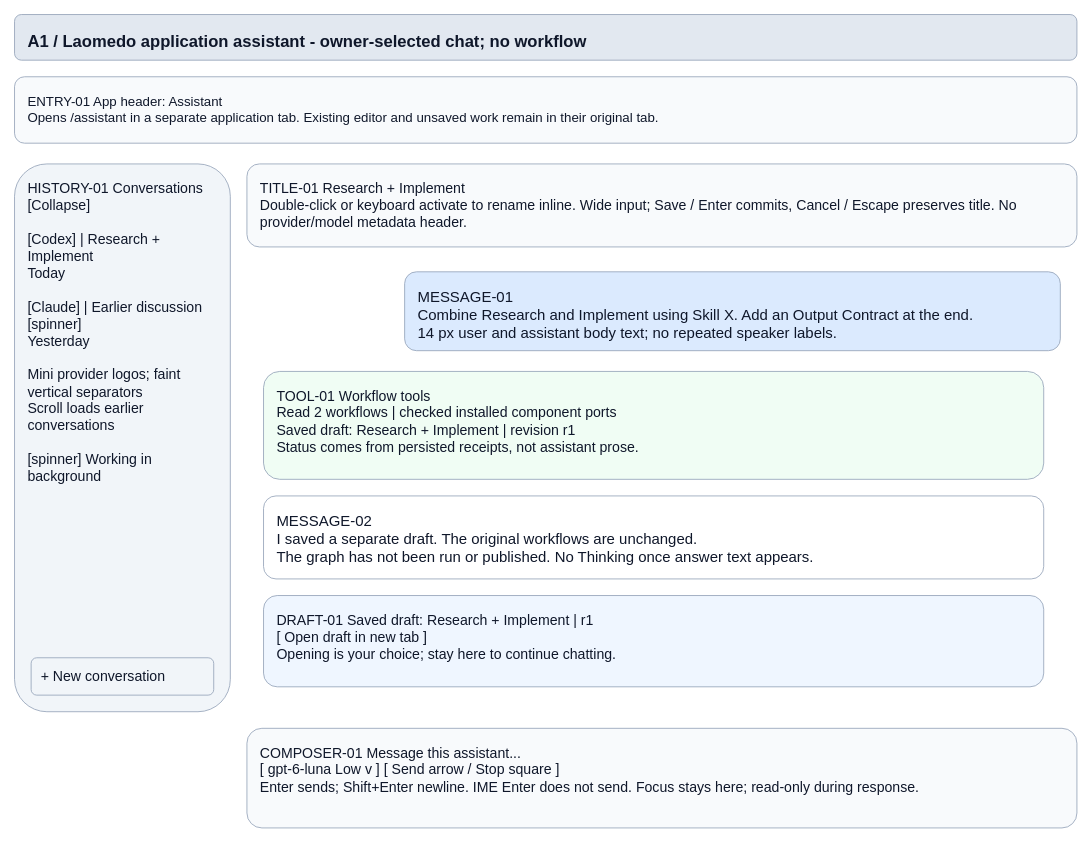
This is page "A1 - Owner-selected persistent chat" (1 of 8) of projects/laomedo/subsystems/agent-execution/design/application-assistant.drawio from amadou-6e/specs, a draw.io file, before an edit. Source tidied: cells renumbered, new cells numbered last; positions are measured from the earlier drawing's top-left corner, leaving out a move shared by most shapes. Both pictures are drawn from the tidied source at 83%, with x=0, y=0 at pixel (14, 14).
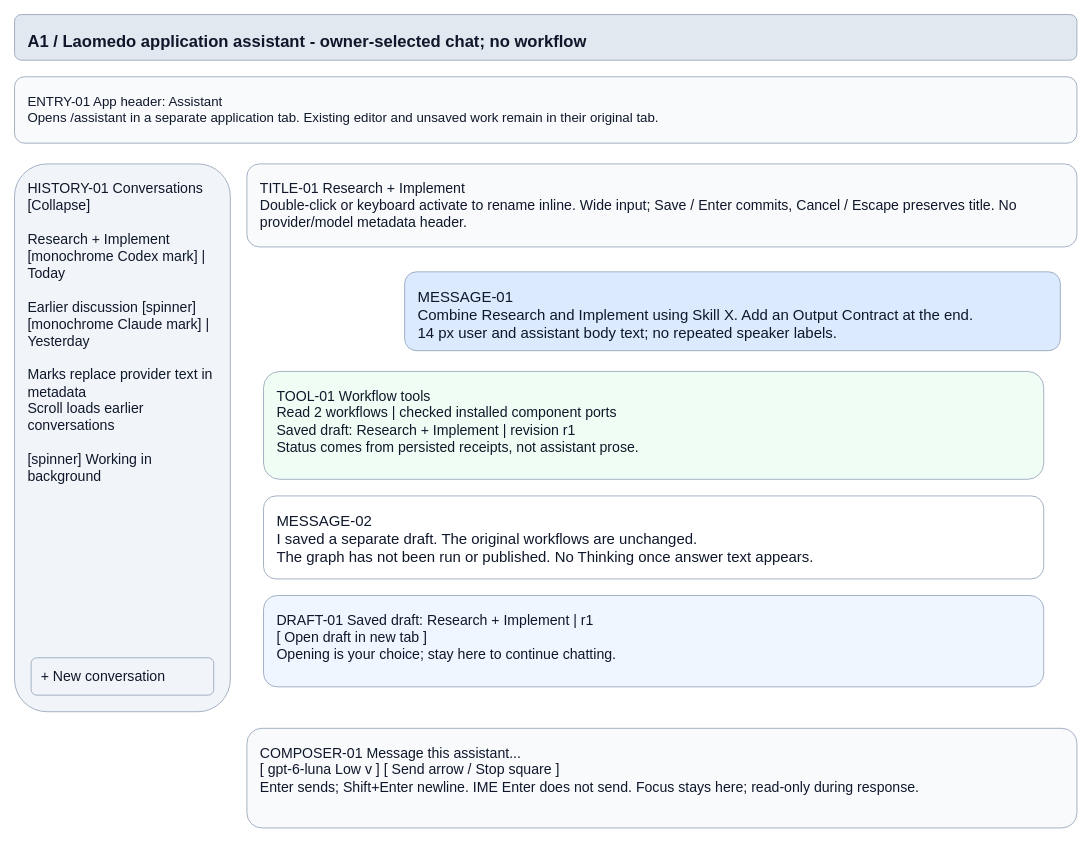
The same page after the edit.

Commit message:
docs: align conversation metadata mark placement

Diff of the diagram source:
```diff
@@
 <mxGraphModel>
   <root>
     <mxCell id="0" />
     <mxCell id="1" parent="0" />
     <mxCell id="2" value="A1 / Laomedo application assistant - owner-selected chat; no workflow" style="rounded=1;whiteSpace=wrap;html=0;fillColor=#e2e8f0;strokeColor=#94a3b8;fontColor=#0f172a;fontFamily=Arial;fontSize=20;align=left;verticalAlign=top;spacing=16;fontStyle=1;" parent="1" vertex="1">
       <mxGeometry width="1280" height="55" as="geometry" />
     </mxCell>
     <mxCell id="3" value="ENTRY-01  App header: Assistant&#10;Opens /assistant in a separate application tab. Existing editor and unsaved work remain in their original tab." style="rounded=1;whiteSpace=wrap;html=0;fillColor=#f8fafc;strokeColor=#94a3b8;fontColor=#0f172a;fontFamily=Arial;fontSize=16;align=left;verticalAlign=top;spacing=16;" parent="1" vertex="1">
       <mxGeometry y="75" width="1280" height="80" as="geometry" />
     </mxCell>
-    <mxCell id="4" value="HISTORY-01   Conversations   [Collapse]&#10;&#10;[Codex] | Research + Implement&#10;Today&#10;&#10;[Claude] | Earlier discussion [spinner]&#10;Yesterday&#10;&#10;Mini provider logos; faint vertical separators&#10;Scroll loads earlier conversations&#10;&#10;[spinner] Working in background" style="rounded=1;whiteSpace=wrap;html=0;fillColor=#f1f5f9;strokeColor=#94a3b8;fontColor=#0f172a;fontFamily=Arial;fontSize=17;align=left;verticalAlign=top;spacing=16;" parent="1" vertex="1">
+    <mxCell id="4" value="HISTORY-01   Conversations   [Collapse]&#10;&#10;Research + Implement&#10;[monochrome Codex mark] | Today&#10;&#10;Earlier discussion [spinner]&#10;[monochrome Claude mark] | Yesterday&#10;&#10;Marks replace provider text in metadata&#10;Scroll loads earlier conversations&#10;&#10;[spinner] Working in background" style="rounded=1;whiteSpace=wrap;html=0;fillColor=#f1f5f9;strokeColor=#94a3b8;fontColor=#0f172a;fontFamily=Arial;fontSize=17;align=left;verticalAlign=top;spacing=16;" parent="1" vertex="1">
       <mxGeometry y="180" width="260" height="660" as="geometry" />
     </mxCell>
     <mxCell id="5" value="TITLE-01  Research + Implement&#10;Double-click or keyboard activate to rename inline. Wide input; Save / Enter commits, Cancel / Escape preserves title. No provider/model metadata header." style="rounded=1;whiteSpace=wrap;html=0;fillColor=#f8fafc;strokeColor=#94a3b8;fontColor=#0f172a;fontFamily=Arial;fontSize=17;align=left;verticalAlign=top;spacing=16;" parent="1" vertex="1">
       <mxGeometry x="280" y="180" width="1000" height="100" as="geometry" />
     </mxCell>
     <mxCell id="6" value="MESSAGE-01&#10;Combine Research and Implement using Skill X. Add an Output Contract at the end.&#10;14 px user and assistant body text; no repeated speaker labels." style="rounded=1;whiteSpace=wrap;html=0;fillColor=#dbeafe;strokeColor=#94a3b8;fontColor=#0f172a;fontFamily=Arial;fontSize=18;align=left;verticalAlign=top;spacing=16;" parent="1" vertex="1">
       <mxGeometry x="470" y="310" width="790" height="95" as="geometry" />
     </mxCell>
     <mxCell id="7" value="TOOL-01  Workflow tools&#10;Read 2 workflows | checked installed component ports&#10;Saved draft: Research + Implement | revision r1&#10;Status comes from persisted receipts, not assistant prose." style="rounded=1;whiteSpace=wrap;html=0;fillColor=#f0fdf4;strokeColor=#94a3b8;fontColor=#0f172a;fontFamily=Arial;fontSize=17;align=left;verticalAlign=top;spacing=16;" parent="1" vertex="1">
       <mxGeometry x="300" y="430" width="940" height="130" as="geometry" />
     </mxCell>
     <mxCell id="8" value="MESSAGE-02&#10;I saved a separate draft. The original workflows are unchanged.&#10;The graph has not been run or published. No Thinking once answer text appears." style="rounded=1;whiteSpace=wrap;html=0;fillColor=#ffffff;strokeColor=#94a3b8;fontColor=#0f172a;fontFamily=Arial;fontSize=18;align=left;verticalAlign=top;spacing=16;" parent="1" vertex="1">
       <mxGeometry x="300" y="580" width="940" height="100" as="geometry" />
     </mxCell>
     <mxCell id="9" value="DRAFT-01  Saved draft: Research + Implement | r1&#10;[ Open draft in new tab ]&#10;Opening is your choice; stay here to continue chatting." style="rounded=1;whiteSpace=wrap;html=0;fillColor=#eff6ff;strokeColor=#94a3b8;fontColor=#0f172a;fontFamily=Arial;fontSize=17;align=left;verticalAlign=top;spacing=16;" parent="1" vertex="1">
       <mxGeometry x="300" y="700" width="940" height="110" as="geometry" />
     </mxCell>
     <mxCell id="10" value="COMPOSER-01  Message this assistant...&#10;[ gpt-6-luna  Low v ]                                      [ Send arrow / Stop square ]&#10;Enter sends; Shift+Enter newline. IME Enter does not send. Focus stays here; read-only during response." style="rounded=1;whiteSpace=wrap;html=0;fillColor=#f8fafc;strokeColor=#94a3b8;fontColor=#0f172a;fontFamily=Arial;fontSize=17;align=left;verticalAlign=top;spacing=16;" parent="1" vertex="1">
       <mxGeometry x="280" y="860" width="1000" height="120" as="geometry" />
     </mxCell>
     <mxCell id="11" value="+ New conversation" style="rounded=1;whiteSpace=wrap;html=0;fillColor=#f1f5f9;strokeColor=#94a3b8;fontColor=#0f172a;fontFamily=Arial;fontSize=17;align=left;verticalAlign=middle;spacing=12;" parent="1" vertex="1">
       <mxGeometry x="20" y="775" width="220" height="45" as="geometry" />
     </mxCell>
   </root>
 </mxGraphModel>
```
